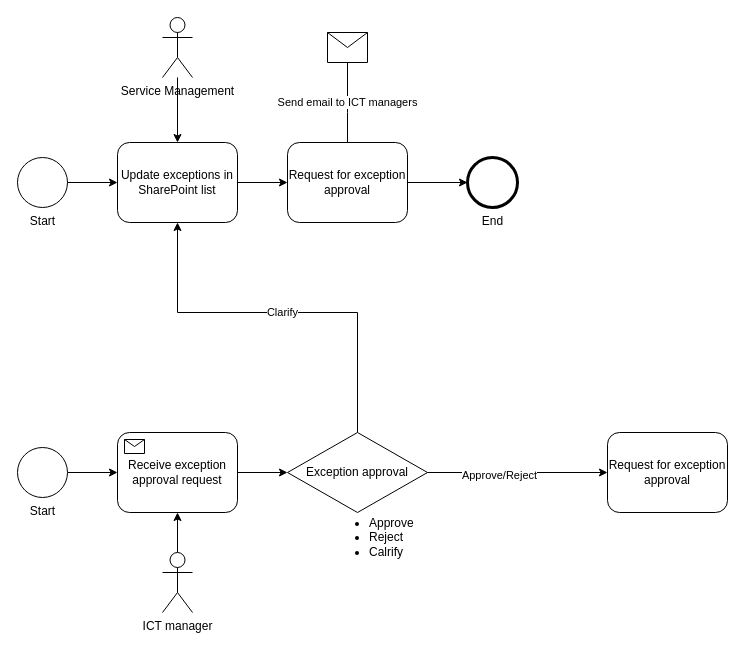
The draw.io diagram Untitled Diagram.drawio in mayankmotani89/Exception-Approval-Workflow, before the edit. Source tidied: cells renumbered, new cells numbered last; positions are measured from the earlier drawing's top-left corner, leaving out a move shared by most shapes. Both pictures are drawn from the tidied source at 100%, with x=0, y=0 at pixel (17, 17).
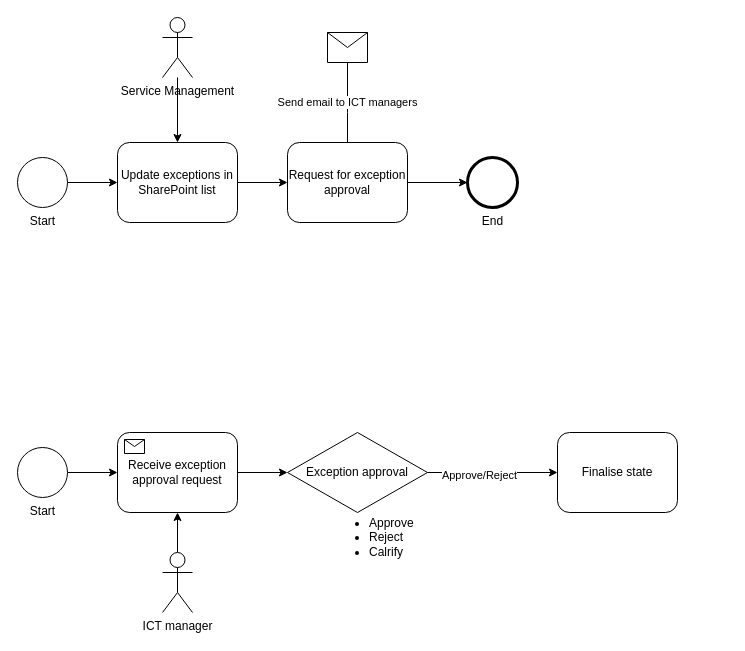
After the change.

The change refers to these unchanged cells:
```xml
<mxCell id="3" value="Update exceptions in SharePoint list" style="shape=ext;rounded=1;html=1;whiteSpace=wrap;" parent="1" vertex="1">
  <mxGeometry x="100" y="125" width="120" height="80" as="geometry" />
</mxCell>
<mxCell id="23" value="Exception approval" style="rhombus;whiteSpace=wrap;html=1;" parent="1" vertex="1">
  <mxGeometry x="270" y="415" width="140" height="80" as="geometry" />
</mxCell>
```

What changed in the source:
```diff
@@
-    <mxCell id="20" value="Clarify" style="edgeStyle=orthogonalEdgeStyle;rounded=0;jettySize=auto;html=1;" parent="1" edge="1" source="23" target="3">
-      <mxGeometry relative="1" as="geometry">
-        <Array as="points">
-          <mxPoint x="340" y="295" />
-          <mxPoint x="160" y="295" />
-        </Array>
-      </mxGeometry>
-    </mxCell>
@@
-    <mxCell id="25" value="Request for exception approval" style="shape=ext;rounded=1;html=1;whiteSpace=wrap;" parent="1" vertex="1">
-      <mxGeometry x="590" y="415" width="120" height="80" as="geometry" />
+    <mxCell id="25" value="Finalise state" style="shape=ext;rounded=1;html=1;whiteSpace=wrap;" parent="1" vertex="1">
+      <mxGeometry x="540" y="415" width="120" height="80" as="geometry" />
     </mxCell>
```
